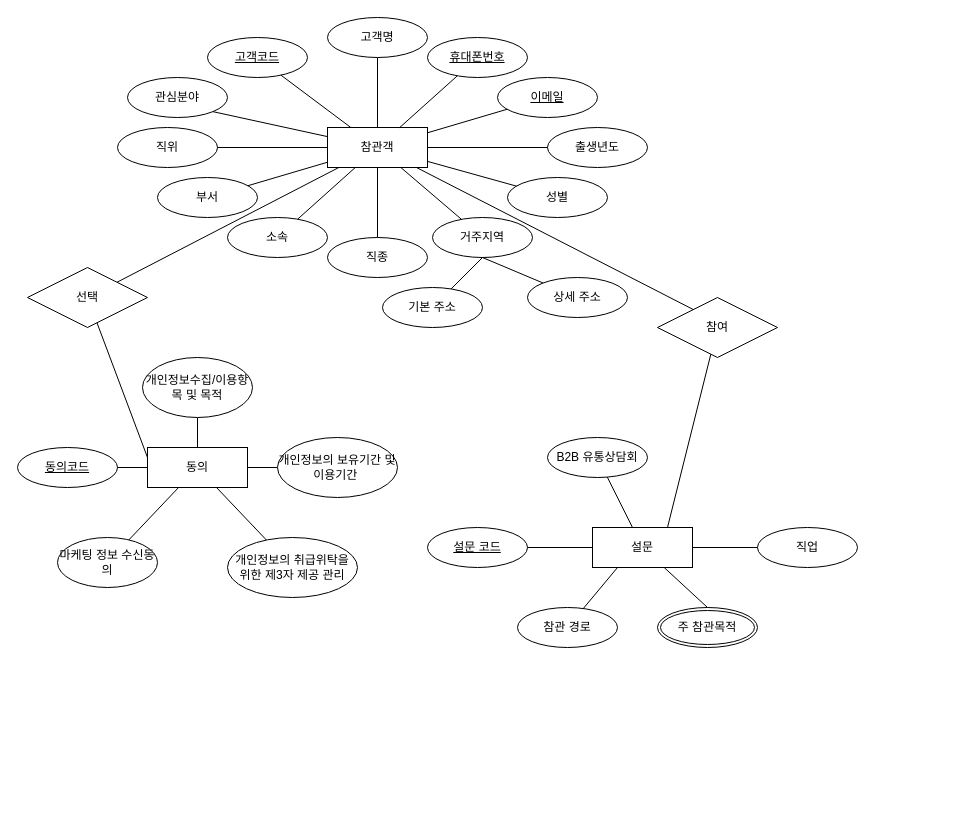
Before: space-design-fair-pre-erd.drawio in hann0079/erd-for-es, a draw.io diagram. Source tidied: cells renumbered, new cells numbered last; positions are measured from the earlier drawing's top-left corner, leaving out a move shared by most shapes. Both pictures are drawn from the tidied source at 100%, with x=0, y=0 at pixel (17, 17).
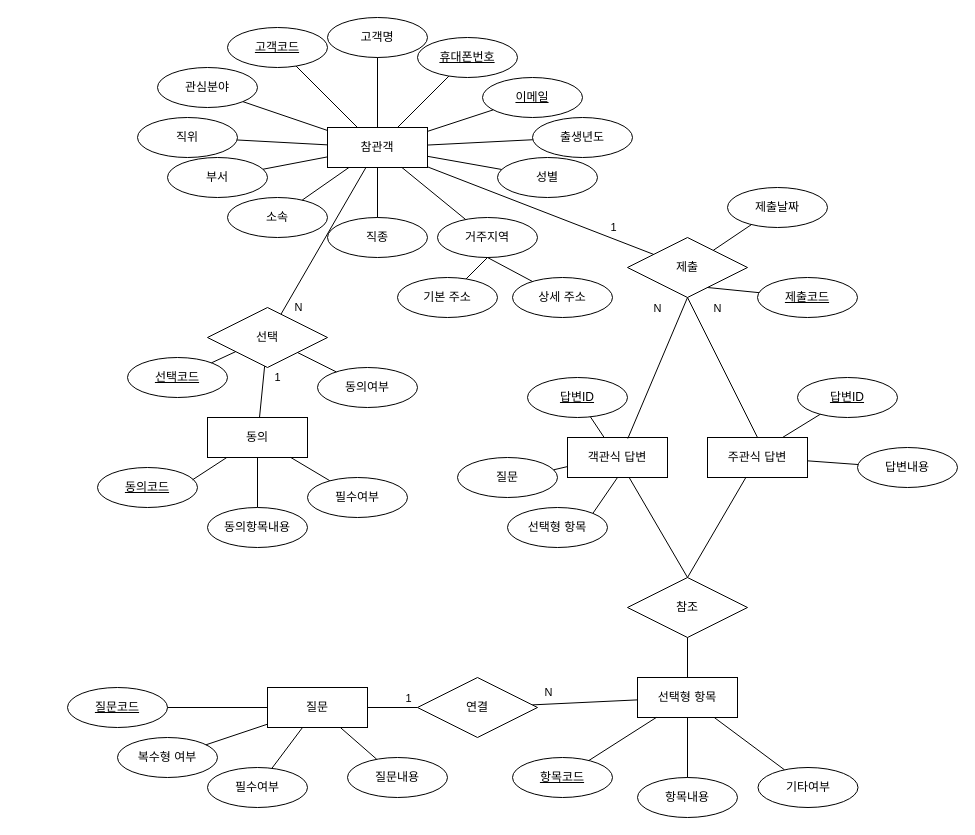
Above is the later version.

Commit message:
Refined Schema - 관계 추가

The change refers to these unchanged cells:
```xml
<mxCell id="2" value="참관객" style="whiteSpace=wrap;html=1;align=center;" parent="1" vertex="1">
  <mxGeometry x="310" y="110" width="100" height="40" as="geometry" />
</mxCell>
<mxCell id="53" style="endArrow=none;html=1;rounded=0;" parent="1" edge="1" source="57" target="2">
  <mxGeometry relative="1" as="geometry" />
</mxCell>
```

The edit, as a diff of the source:
```diff
@@
     <mxCell id="5" value="휴대폰번호" style="ellipse;whiteSpace=wrap;html=1;align=center;fontStyle=4;" parent="1" vertex="1">
-      <mxGeometry x="410" y="20" width="100" height="40" as="geometry" />
+      <mxGeometry x="400" y="20" width="100" height="40" as="geometry" />
     </mxCell>
@@
     <mxCell id="7" value="이메일" style="ellipse;whiteSpace=wrap;html=1;align=center;fontStyle=4;" parent="1" vertex="1">
-      <mxGeometry x="480" y="60" width="100" height="40" as="geometry" />
+      <mxGeometry x="465" y="60" width="100" height="40" as="geometry" />
     </mxCell>
     <mxCell id="8" value="고객코드" style="ellipse;whiteSpace=wrap;html=1;align=center;fontStyle=4;" parent="1" vertex="1">
-      <mxGeometry x="190" y="20" width="100" height="40" as="geometry" />
+      <mxGeometry x="210" y="10" width="100" height="40" as="geometry" />
     </mxCell>
@@
     <mxCell id="11" value="거주지역" style="ellipse;whiteSpace=wrap;html=1;align=center;" parent="1" vertex="1">
-      <mxGeometry x="415" y="200" width="100" height="40" as="geometry" />
+      <mxGeometry x="420" y="200" width="100" height="40" as="geometry" />
     </mxCell>
@@
     <mxCell id="13" value="기본 주소" style="ellipse;whiteSpace=wrap;html=1;align=center;" parent="1" vertex="1">
-      <mxGeometry x="365" y="270" width="100" height="40" as="geometry" />
+      <mxGeometry x="380" y="260" width="100" height="40" as="geometry" />
     </mxCell>
     <mxCell id="14" value="상세 주소" style="ellipse;whiteSpace=wrap;html=1;align=center;" parent="1" vertex="1">
-      <mxGeometry x="510" y="260" width="100" height="40" as="geometry" />
+      <mxGeometry x="495" y="260" width="100" height="40" as="geometry" />
     </mxCell>
@@
     <mxCell id="17" value="소속" style="ellipse;whiteSpace=wrap;html=1;align=center;" parent="1" vertex="1">
-      <mxGeometry x="210" y="200" width="100" height="40" as="geometry" />
+      <mxGeometry x="210" y="180" width="100" height="40" as="geometry" />
     </mxCell>
@@
     <mxCell id="19" value="성별" style="ellipse;whiteSpace=wrap;html=1;align=center;" parent="1" vertex="1">
-      <mxGeometry x="490" y="160" width="100" height="40" as="geometry" />
+      <mxGeometry x="480" y="140" width="100" height="40" as="geometry" />
     </mxCell>
@@
     <mxCell id="21" value="동의" style="whiteSpace=wrap;html=1;align=center;" parent="1" vertex="1">
-      <mxGeometry x="130" y="430" width="100" height="40" as="geometry" />
+      <mxGeometry x="190" y="400" width="100" height="40" as="geometry" />
     </mxCell>
-    <mxCell id="22" value="개인정보수집/이용항목 및 목적" style="ellipse;whiteSpace=wrap;html=1;align=center;" parent="1" vertex="1">
-      <mxGeometry x="125" y="340" width="110" height="60" as="geometry" />
-    </mxCell>
-    <mxCell id="23" style="endArrow=none;html=1;rounded=0;" parent="1" edge="1" source="22" target="21">
+    <mxCell id="23" style="endArrow=none;html=1;rounded=0;" parent="1" edge="1" source="62" target="21">
       <mxGeometry relative="1" as="geometry" />
     </mxCell>
     <mxCell id="24" value="동의코드" style="ellipse;whiteSpace=wrap;html=1;align=center;fontStyle=4;" parent="1" vertex="1">
-      <mxGeometry y="430" width="100" height="40" as="geometry" />
+      <mxGeometry x="80" y="450" width="100" height="40" as="geometry" />
     </mxCell>
-    <mxCell id="25" style="endArrow=none;html=1;rounded=0;" parent="1" edge="1" source="24" target="21">
+    <mxCell id="25" style="endArrow=none;html=1;rounded=0;exitX=0.95;exitY=0.308;exitDx=0;exitDy=0;exitPerimeter=0;" parent="1" edge="1" source="24" target="21">
       <mxGeometry relative="1" as="geometry" />
     </mxCell>
-    <mxCell id="26" value="설문" style="whiteSpace=wrap;html=1;align=center;" parent="1" vertex="1">
-      <mxGeometry x="575" y="510" width="100" height="40" as="geometry" />
-    </mxCell>
-    <mxCell id="27" value="참관 경로" style="ellipse;whiteSpace=wrap;html=1;align=center;" parent="1" vertex="1">
-      <mxGeometry x="500" y="590" width="100" height="40" as="geometry" />
-    </mxCell>
-    <mxCell id="28" style="endArrow=none;html=1;rounded=0;entryX=0.25;entryY=1;entryDx=0;entryDy=0;" parent="1" edge="1" source="27" target="26">
-      <mxGeometry relative="1" as="geometry" />
-    </mxCell>
-    <mxCell id="29" value="설문 코드" style="ellipse;whiteSpace=wrap;html=1;align=center;fontStyle=4;" parent="1" vertex="1">
-      <mxGeometry x="410" y="510" width="100" height="40" as="geometry" />
+    <mxCell id="29" value="제출코드" style="ellipse;whiteSpace=wrap;html=1;align=center;fontStyle=4;" parent="1" vertex="1">
+      <mxGeometry x="740" y="260" width="100" height="40" as="geometry" />
     </mxCell>
-    <mxCell id="30" style="endArrow=none;html=1;rounded=0;entryX=0;entryY=0.5;entryDx=0;entryDy=0;" parent="1" edge="1" source="29" target="26">
+    <mxCell id="30" style="endArrow=none;html=1;rounded=0;entryX=0;entryY=1;entryDx=0;entryDy=0;" parent="1" edge="1" source="29" target="81">
       <mxGeometry relative="1" as="geometry" />
     </mxCell>
-    <mxCell id="31" value="B2B 유통상담회" style="ellipse;whiteSpace=wrap;html=1;align=center;" parent="1" vertex="1">
-      <mxGeometry x="530" y="420" width="100" height="40" as="geometry" />
+    <mxCell id="31" value="제출날짜" style="ellipse;whiteSpace=wrap;html=1;align=center;" parent="1" vertex="1">
+      <mxGeometry x="710" y="170" width="100" height="40" as="geometry" />
     </mxCell>
-    <mxCell id="32" style="endArrow=none;html=1;rounded=0;" parent="1" edge="1" source="31" target="26">
+    <mxCell id="32" style="endArrow=none;html=1;rounded=0;" parent="1" edge="1" source="31" target="81">
       <mxGeometry relative="1" as="geometry" />
     </mxCell>
-    <mxCell id="33" value="주 참관목적" style="ellipse;shape=doubleEllipse;margin=3;whiteSpace=wrap;html=1;align=center;" parent="1" vertex="1">
-      <mxGeometry x="640" y="590" width="100" height="40" as="geometry" />
-    </mxCell>
-    <mxCell id="34" value="직업" style="ellipse;whiteSpace=wrap;html=1;align=center;" parent="1" vertex="1">
-      <mxGeometry x="740" y="510" width="100" height="40" as="geometry" />
-    </mxCell>
-    <mxCell id="35" style="endArrow=none;html=1;rounded=0;exitX=0.5;exitY=0;exitDx=0;exitDy=0;" parent="1" edge="1" source="33" target="26">
-      <mxGeometry relative="1" as="geometry" />
-    </mxCell>
-    <mxCell id="36" style="endArrow=none;html=1;rounded=0;" parent="1" edge="1" source="34" target="26">
-      <mxGeometry relative="1" as="geometry" />
-    </mxCell>
     <mxCell id="37" value="부서" style="ellipse;whiteSpace=wrap;html=1;align=center;" parent="1" vertex="1">
-      <mxGeometry x="140" y="160" width="100" height="40" as="geometry" />
+      <mxGeometry x="150" y="140" width="100" height="40" as="geometry" />
     </mxCell>
@@
     <mxCell id="39" value="출생년도" style="ellipse;whiteSpace=wrap;html=1;align=center;" parent="1" vertex="1">
-      <mxGeometry x="530" y="110" width="100" height="40" as="geometry" />
+      <mxGeometry x="515" y="100" width="100" height="40" as="geometry" />
     </mxCell>
@@
     <mxCell id="41" value="직종" style="ellipse;whiteSpace=wrap;html=1;align=center;" parent="1" vertex="1">
-      <mxGeometry x="310" y="220" width="100" height="40" as="geometry" />
+      <mxGeometry x="310" y="200" width="100" height="40" as="geometry" />
     </mxCell>
@@
     <mxCell id="43" value="직위" style="ellipse;whiteSpace=wrap;html=1;align=center;" parent="1" vertex="1">
-      <mxGeometry x="100" y="110" width="100" height="40" as="geometry" />
+      <mxGeometry x="120" y="100" width="100" height="40" as="geometry" />
     </mxCell>
     <mxCell id="44" value="관심분야" style="ellipse;whiteSpace=wrap;html=1;align=center;" parent="1" vertex="1">
-      <mxGeometry x="110" y="60" width="100" height="40" as="geometry" />
+      <mxGeometry x="140" y="50" width="100" height="40" as="geometry" />
     </mxCell>
@@
-    <mxCell id="47" value="&lt;div&gt;개인정보의 보유기간 및 이용기간&amp;nbsp;&lt;br&gt;&lt;/div&gt;" style="ellipse;whiteSpace=wrap;html=1;align=center;" parent="1" vertex="1">
-      <mxGeometry x="260" y="420" width="120" height="60" as="geometry" />
-    </mxCell>
-    <mxCell id="48" value="&lt;div&gt;개인정보의 취급위탁을 위한 제3자 제공 관리&lt;br&gt;&lt;/div&gt;" style="ellipse;whiteSpace=wrap;html=1;align=center;" parent="1" vertex="1">
-      <mxGeometry x="210" y="520" width="130" height="60" as="geometry" />
-    </mxCell>
-    <mxCell id="49" value="&lt;div&gt;마케팅 정보 수신동의&lt;br&gt;&lt;/div&gt;" style="ellipse;whiteSpace=wrap;html=1;align=center;" parent="1" vertex="1">
-      <mxGeometry x="40" y="520" width="100" height="50" as="geometry" />
-    </mxCell>
-    <mxCell id="50" style="endArrow=none;html=1;rounded=0;" parent="1" edge="1" source="49" target="21">
-      <mxGeometry relative="1" as="geometry" />
-    </mxCell>
-    <mxCell id="51" style="endArrow=none;html=1;rounded=0;" parent="1" edge="1" source="48" target="21">
-      <mxGeometry relative="1" as="geometry" />
-    </mxCell>
-    <mxCell id="52" style="endArrow=none;html=1;rounded=0;" parent="1" edge="1" source="47" target="21">
+    <mxCell id="52" style="endArrow=none;html=1;rounded=0;" parent="1" edge="1" source="63" target="21">
       <mxGeometry relative="1" as="geometry" />
     </mxCell>
@@
-    <mxCell id="54" style="endArrow=none;html=1;rounded=0;exitX=0.32;exitY=0.223;exitDx=0;exitDy=0;exitPerimeter=0;" parent="1" edge="1" source="58" target="2">
-      <mxGeometry relative="1" as="geometry" />
-    </mxCell>
+    <mxCell id="59" value="N" style="edgeLabel;html=1;align=center;verticalAlign=middle;" parent="53" vertex="1">
+      <mxGeometry x="-0.61" y="1" relative="1" as="geometry">
+        <mxPoint x="1" y="22" as="offset" />
+      </mxGeometry>
+    </mxCell>
-    <mxCell id="55" style="endArrow=none;html=1;rounded=0;entryX=0;entryY=0.25;entryDx=0;entryDy=0;" parent="1" edge="1" source="57" target="21">
+    <mxCell id="55" style="endArrow=none;html=1;rounded=0;" parent="1" edge="1" source="57" target="21">
       <mxGeometry relative="1" as="geometry" />
     </mxCell>
-    <mxCell id="56" style="endArrow=none;html=1;rounded=0;entryX=0.75;entryY=0;entryDx=0;entryDy=0;" parent="1" edge="1" source="58" target="26">
-      <mxGeometry relative="1" as="geometry" />
-    </mxCell>
+    <mxCell id="60" value="1" style="edgeLabel;html=1;align=center;verticalAlign=middle;" parent="55" vertex="1">
+      <mxGeometry x="-0.44" y="-2" relative="1" as="geometry">
+        <mxPoint x="16" y="-3" as="offset" />
+      </mxGeometry>
+    </mxCell>
     <mxCell id="57" value="선택" style="shape=rhombus;perimeter=rhombusPerimeter;whiteSpace=wrap;html=1;align=center;" parent="1" vertex="1">
-      <mxGeometry x="10" y="250" width="120" height="60" as="geometry" />
+      <mxGeometry x="190" y="290" width="120" height="60" as="geometry" />
     </mxCell>
-    <mxCell id="58" value="참여" style="shape=rhombus;perimeter=rhombusPerimeter;whiteSpace=wrap;html=1;align=center;" parent="1" vertex="1">
-      <mxGeometry x="640" y="280" width="120" height="60" as="geometry" />
-    </mxCell>
+    <mxCell id="61" value="선택코드" style="ellipse;whiteSpace=wrap;html=1;align=center;fontStyle=4;" parent="1" vertex="1">
+      <mxGeometry x="110" y="340" width="100" height="40" as="geometry" />
+    </mxCell>
+    <mxCell id="62" value="동의항목내용" style="ellipse;whiteSpace=wrap;html=1;align=center;" parent="1" vertex="1">
+      <mxGeometry x="190" y="490" width="100" height="40" as="geometry" />
+    </mxCell>
+    <mxCell id="63" value="필수여부" style="ellipse;whiteSpace=wrap;html=1;align=center;" parent="1" vertex="1">
+      <mxGeometry x="290" y="460" width="100" height="40" as="geometry" />
+    </mxCell>
+    <mxCell id="64" value="동의여부" style="ellipse;whiteSpace=wrap;html=1;align=center;" parent="1" vertex="1">
+      <mxGeometry x="300" y="350" width="100" height="40" as="geometry" />
+    </mxCell>
+    <mxCell id="65" style="endArrow=none;html=1;rounded=0;" parent="1" edge="1" source="61" target="57">
+      <mxGeometry relative="1" as="geometry" />
+    </mxCell>
+    <mxCell id="66" style="endArrow=none;html=1;rounded=0;entryX=1;entryY=1;entryDx=0;entryDy=0;" parent="1" edge="1" source="64" target="57">
+      <mxGeometry relative="1" as="geometry" />
+    </mxCell>
+    <mxCell id="67" value="선택형 항목" style="whiteSpace=wrap;html=1;align=center;" parent="1" vertex="1">
+      <mxGeometry x="620" y="660" width="100" height="40" as="geometry" />
+    </mxCell>
+    <mxCell id="68" value="항목코드" style="ellipse;whiteSpace=wrap;html=1;align=center;fontStyle=4;" parent="1" vertex="1">
+      <mxGeometry x="495" y="740" width="100" height="40" as="geometry" />
+    </mxCell>
+    <mxCell id="69" value="항목내용" style="ellipse;whiteSpace=wrap;html=1;align=center;" parent="1" vertex="1">
+      <mxGeometry x="620" y="760" width="100" height="40" as="geometry" />
+    </mxCell>
+    <mxCell id="70" style="endArrow=none;html=1;rounded=0;" parent="1" edge="1" source="68" target="67">
+      <mxGeometry relative="1" as="geometry" />
+    </mxCell>
+    <mxCell id="71" style="endArrow=none;html=1;rounded=0;" parent="1" edge="1" source="69" target="67">
+      <mxGeometry relative="1" as="geometry" />
+    </mxCell>
+    <mxCell id="72" style="endArrow=none;html=1;rounded=0;" parent="1" edge="1" source="90" target="67">
+      <mxGeometry relative="1" as="geometry" />
+    </mxCell>
+    <mxCell id="73" value="N" style="edgeLabel;html=1;align=center;verticalAlign=middle;" parent="72" vertex="1">
+      <mxGeometry x="-0.02" y="2" relative="1" as="geometry">
+        <mxPoint x="-36" y="-8" as="offset" />
+      </mxGeometry>
+    </mxCell>
+    <mxCell id="74" value="질문" style="whiteSpace=wrap;html=1;align=center;" parent="1" vertex="1">
+      <mxGeometry x="250" y="670" width="100" height="40" as="geometry" />
+    </mxCell>
+    <mxCell id="75" style="endArrow=none;html=1;rounded=0;" parent="1" edge="1" source="79" target="74">
+      <mxGeometry relative="1" as="geometry" />
+    </mxCell>
+    <mxCell id="76" value="질문코드" style="ellipse;whiteSpace=wrap;html=1;align=center;fontStyle=4;" parent="1" vertex="1">
+      <mxGeometry x="50" y="670" width="100" height="40" as="geometry" />
+    </mxCell>
+    <mxCell id="77" style="endArrow=none;html=1;rounded=0;" parent="1" edge="1" source="76" target="74">
+      <mxGeometry relative="1" as="geometry" />
+    </mxCell>
+    <mxCell id="78" style="endArrow=none;html=1;rounded=0;" parent="1" edge="1" source="80" target="74">
+      <mxGeometry relative="1" as="geometry" />
+    </mxCell>
+    <mxCell id="79" value="질문내용" style="ellipse;whiteSpace=wrap;html=1;align=center;" parent="1" vertex="1">
+      <mxGeometry x="330" y="740" width="100" height="40" as="geometry" />
+    </mxCell>
+    <mxCell id="80" value="필수여부" style="ellipse;whiteSpace=wrap;html=1;align=center;" parent="1" vertex="1">
+      <mxGeometry x="190" y="750" width="100" height="40" as="geometry" />
+    </mxCell>
+    <mxCell id="81" value="제출" style="shape=rhombus;perimeter=rhombusPerimeter;whiteSpace=wrap;html=1;align=center;" parent="1" vertex="1">
+      <mxGeometry x="610" y="220" width="120" height="60" as="geometry" />
+    </mxCell>
+    <mxCell id="82" style="endArrow=none;html=1;rounded=0;" parent="1" edge="1" source="81" target="2">
+      <mxGeometry relative="1" as="geometry" />
+    </mxCell>
+    <mxCell id="83" value="1" style="edgeLabel;html=1;align=center;verticalAlign=middle;" parent="82" vertex="1">
+      <mxGeometry x="-0.76" y="-1" relative="1" as="geometry">
+        <mxPoint x="-14" y="-16" as="offset" />
+      </mxGeometry>
+    </mxCell>
+    <mxCell id="84" style="endArrow=none;html=1;rounded=0;" parent="1" edge="1" source="85" target="67">
+      <mxGeometry relative="1" as="geometry" />
+    </mxCell>
+    <mxCell id="85" value="기타여부" style="ellipse;whiteSpace=wrap;html=1;align=center;" parent="1" vertex="1">
+      <mxGeometry x="740.5" y="750" width="100" height="40" as="geometry" />
+    </mxCell>
+    <mxCell id="86" value="복수형 여부" style="ellipse;whiteSpace=wrap;html=1;align=center;" parent="1" vertex="1">
+      <mxGeometry x="100" y="720" width="100" height="40" as="geometry" />
+    </mxCell>
+    <mxCell id="87" style="endArrow=none;html=1;rounded=0;" parent="1" edge="1" source="86" target="74">
+      <mxGeometry relative="1" as="geometry" />
+    </mxCell>
+    <mxCell id="88" style="endArrow=none;html=1;rounded=0;" parent="1" edge="1" source="74" target="90">
+      <mxGeometry relative="1" as="geometry" />
+    </mxCell>
+    <mxCell id="89" value="1" style="edgeLabel;html=1;align=center;verticalAlign=middle;" parent="88" vertex="1">
+      <mxGeometry x="-0.58" y="-2" relative="1" as="geometry">
+        <mxPoint x="29" y="-12" as="offset" />
+      </mxGeometry>
+    </mxCell>
+    <mxCell id="90" value="연결" style="shape=rhombus;perimeter=rhombusPerimeter;whiteSpace=wrap;html=1;align=center;" parent="1" vertex="1">
+      <mxGeometry x="400" y="660" width="120" height="60" as="geometry" />
+    </mxCell>
+    <mxCell id="91" value="객관식 답변" style="whiteSpace=wrap;html=1;align=center;" parent="1" vertex="1">
+      <mxGeometry x="550" y="420" width="100" height="40" as="geometry" />
+    </mxCell>
+    <mxCell id="92" value="주관식 답변" style="whiteSpace=wrap;html=1;align=center;" parent="1" vertex="1">
+      <mxGeometry x="690" y="420" width="100" height="40" as="geometry" />
+    </mxCell>
+    <mxCell id="93" value="답변ID" style="ellipse;whiteSpace=wrap;html=1;align=center;fontStyle=4;" parent="1" vertex="1">
+      <mxGeometry x="510" y="360" width="100" height="40" as="geometry" />
+    </mxCell>
+    <mxCell id="94" value="답변ID" style="ellipse;whiteSpace=wrap;html=1;align=center;fontStyle=4;" parent="1" vertex="1">
+      <mxGeometry x="780" y="360" width="100" height="40" as="geometry" />
+    </mxCell>
+    <mxCell id="95" value="답변내용" style="ellipse;whiteSpace=wrap;html=1;align=center;" parent="1" vertex="1">
+      <mxGeometry x="840" y="430" width="100" height="40" as="geometry" />
+    </mxCell>
+    <mxCell id="96" value="선택형 항목" style="ellipse;whiteSpace=wrap;html=1;align=center;" parent="1" vertex="1">
+      <mxGeometry x="490" y="490" width="100" height="40" as="geometry" />
+    </mxCell>
+    <mxCell id="97" value="질문" style="ellipse;whiteSpace=wrap;html=1;align=center;" parent="1" vertex="1">
+      <mxGeometry x="440" y="440" width="100" height="40" as="geometry" />
+    </mxCell>
+    <mxCell id="98" style="endArrow=none;html=1;rounded=0;exitX=0.603;exitY=0.025;exitDx=0;exitDy=0;exitPerimeter=0;" parent="1" edge="1" source="91">
+      <mxGeometry relative="1" as="geometry">
+        <mxPoint x="670" y="280" as="targetPoint" />
+      </mxGeometry>
+    </mxCell>
+    <mxCell id="99" value="N" style="edgeLabel;html=1;align=center;verticalAlign=middle;" parent="98" vertex="1">
+      <mxGeometry x="-0.02" y="2" relative="1" as="geometry">
+        <mxPoint x="2" y="-61" as="offset" />
+      </mxGeometry>
+    </mxCell>
+    <mxCell id="100" style="endArrow=none;html=1;rounded=0;entryX=0.5;entryY=1;entryDx=0;entryDy=0;exitX=0.5;exitY=0;exitDx=0;exitDy=0;" parent="1" edge="1" source="92" target="81">
+      <mxGeometry relative="1" as="geometry" />
+    </mxCell>
+    <mxCell id="101" value="N" style="edgeLabel;html=1;align=center;verticalAlign=middle;" parent="100" vertex="1">
+      <mxGeometry x="-0.02" y="2" relative="1" as="geometry">
+        <mxPoint x="-4" y="-62" as="offset" />
+      </mxGeometry>
+    </mxCell>
+    <mxCell id="102" style="endArrow=none;html=1;rounded=0;entryX=0.75;entryY=0;entryDx=0;entryDy=0;" parent="1" edge="1" source="94" target="92">
+      <mxGeometry relative="1" as="geometry" />
+    </mxCell>
+    <mxCell id="103" style="endArrow=none;html=1;rounded=0;" parent="1" edge="1" source="95" target="92">
+      <mxGeometry relative="1" as="geometry" />
+    </mxCell>
+    <mxCell id="104" style="endArrow=none;html=1;rounded=0;entryX=0.5;entryY=1;entryDx=0;entryDy=0;exitX=1;exitY=0;exitDx=0;exitDy=0;" parent="1" edge="1" source="96" target="91">
+      <mxGeometry relative="1" as="geometry" />
+    </mxCell>
+    <mxCell id="105" style="endArrow=none;html=1;rounded=0;" parent="1" edge="1" source="97" target="91">
+      <mxGeometry relative="1" as="geometry" />
+    </mxCell>
+    <mxCell id="106" style="endArrow=none;html=1;rounded=0;" parent="1" edge="1" source="91" target="93">
+      <mxGeometry relative="1" as="geometry" />
+    </mxCell>
+    <mxCell id="107" value="참조" style="shape=rhombus;perimeter=rhombusPerimeter;whiteSpace=wrap;html=1;align=center;" parent="1" vertex="1">
+      <mxGeometry x="610" y="560" width="120" height="60" as="geometry" />
+    </mxCell>
+    <mxCell id="108" style="endArrow=none;html=1;rounded=0;exitX=0.5;exitY=0;exitDx=0;exitDy=0;" parent="1" edge="1" source="107" target="91">
+      <mxGeometry relative="1" as="geometry" />
+    </mxCell>
+    <mxCell id="109" style="endArrow=none;html=1;rounded=0;exitX=0.5;exitY=0;exitDx=0;exitDy=0;" parent="1" edge="1" source="107" target="92">
+      <mxGeometry relative="1" as="geometry" />
+    </mxCell>
+    <mxCell id="110" style="endArrow=none;html=1;rounded=0;" parent="1" edge="1" source="107" target="67">
+      <mxGeometry relative="1" as="geometry" />
+    </mxCell>
```
